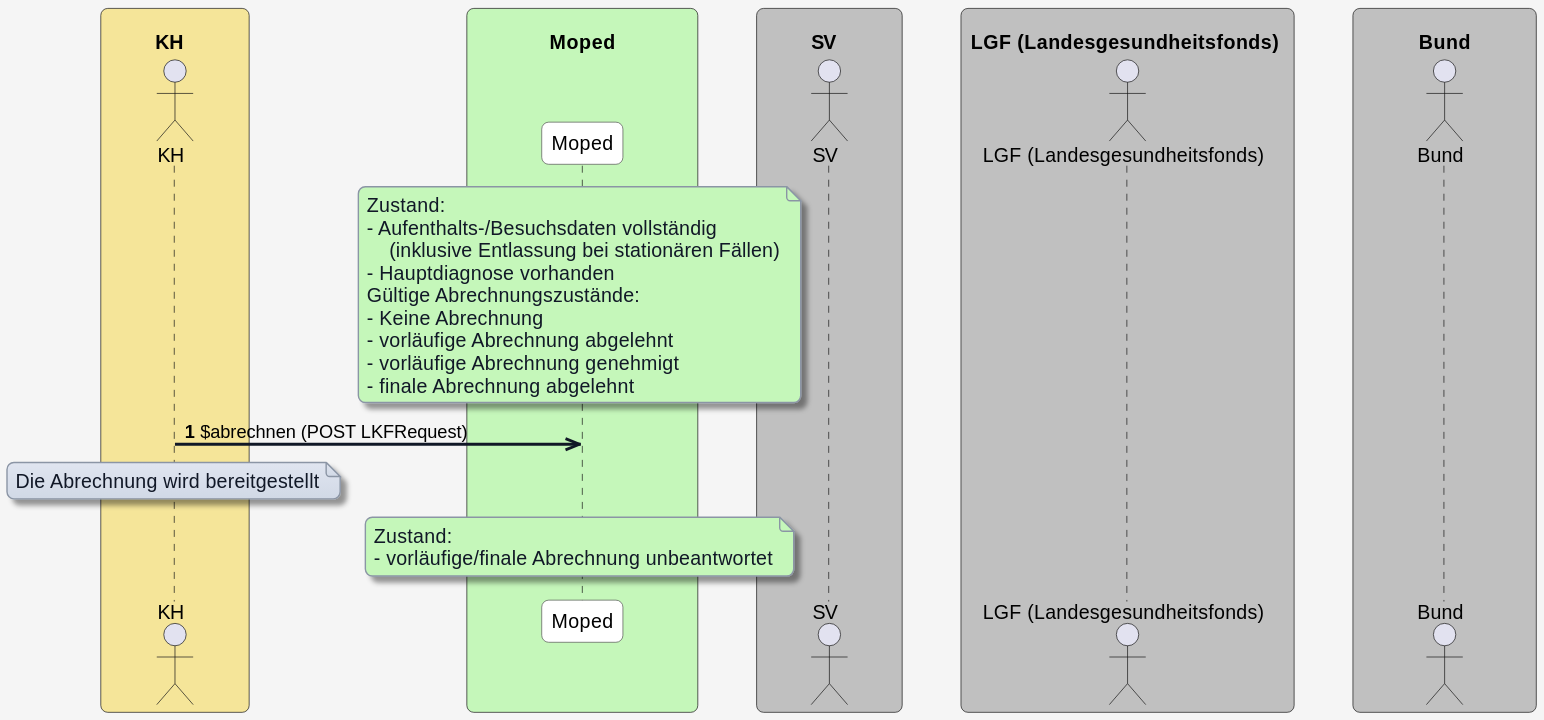
Above: input/images/plantuml/moped-fall-abrechnen/abrechnen.svg in HL7Austria/ELGA-MOPED-R5 (PlantUML), before the change.
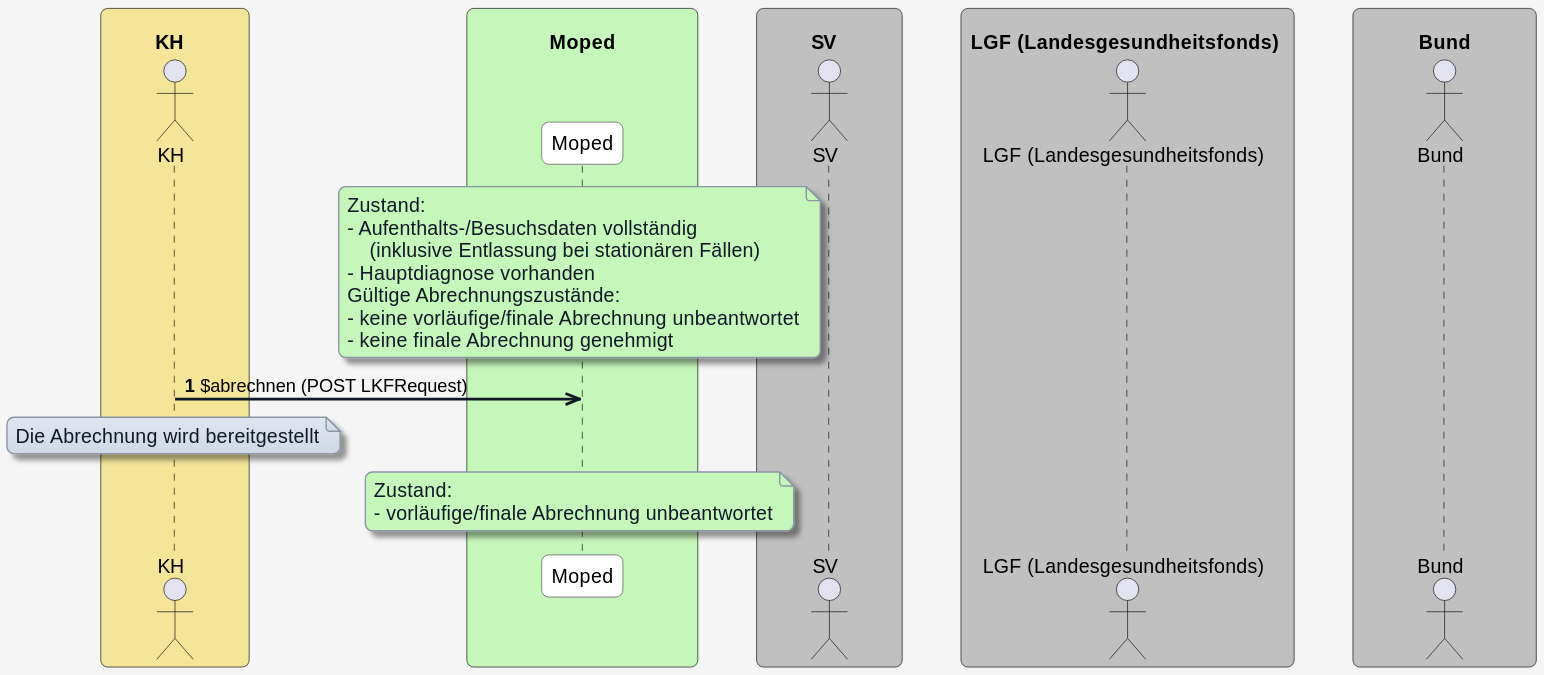
The same diagram one commit later.

The edit, as a diff of the source:
```diff
@@ -67,10 +67,8 @@
     (inklusive Entlassung bei stationären Fällen)
 - Hauptdiagnose vorhanden
 Gültige Abrechnungszustände:
-- Keine Abrechnung
-- vorläufige Abrechnung abgelehnt
-- vorläufige Abrechnung genehmigt
-- finale Abrechnung abgelehnt
+- keine vorläufige/finale Abrechnung unbeantwortet
+- keine finale Abrechnung genehmigt
 end note
 
 KH ->> MP: $abrechnen (POST LKFRequest)
```
